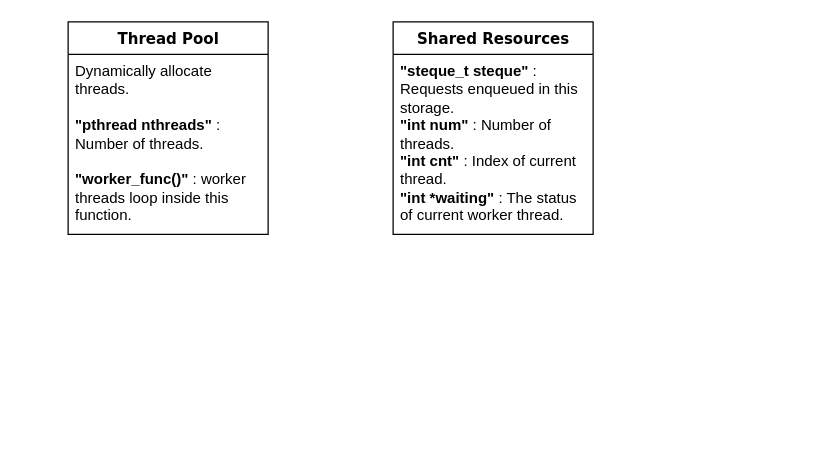
Earlier version of the draw.io diagram multi-client.drawio (kimilg/drawings). Source tidied: cells renumbered, new cells numbered last; positions are measured from the earlier drawing's top-left corner, leaving out a move shared by most shapes. Both pictures are drawn from the tidied source at 125%, with x=0, y=0 at pixel (68, 21).
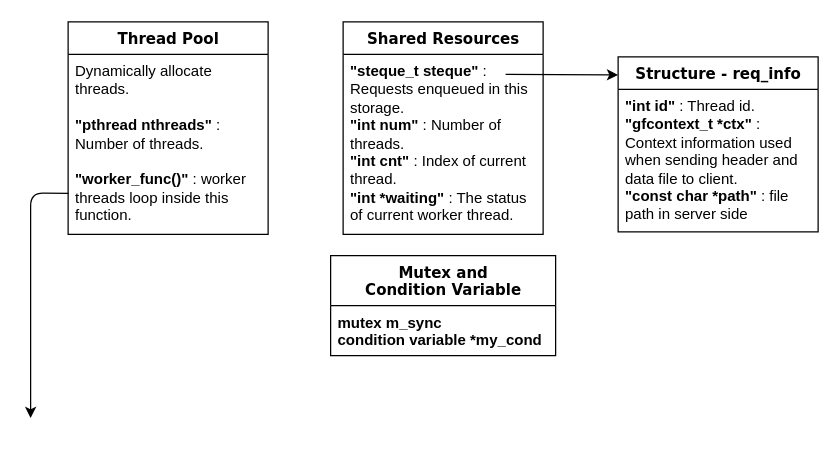
Above is the later version.

Change to the diagram source:
```diff
@@
 <mxGraphModel background="#ffffff">
   <root>
     <mxCell id="0" />
     <mxCell id="1" parent="0" />
     <mxCell id="2" value="Thread Pool" style="swimlane;html=1;fontStyle=1;align=center;verticalAlign=top;horizontal=1;startSize=26;swimlaneFillColor=#ffffff;rounded=0;shadow=0;comic=0;labelBackgroundColor=none;strokeWidth=1;fillColor=none;fontFamily=Verdana;fontSize=12;" parent="1" vertex="1">
       <mxGeometry width="160" height="170" as="geometry" />
     </mxCell>
     <mxCell id="3" value="Dynamically allocate threads.&lt;br&gt;&lt;br&gt;&lt;b&gt;&quot;pthread nthreads&quot;&lt;/b&gt; : Number of threads.&lt;br&gt;&lt;br&gt;&lt;b&gt;&quot;worker_func()&quot;&lt;/b&gt; : worker threads loop inside this function." style="text;html=1;strokeColor=none;fillColor=none;align=left;verticalAlign=top;spacingLeft=4;spacingRight=4;whiteSpace=wrap;overflow=hidden;points=[[0,0.5],[1,0.5]];portConstraint=eastwest;" parent="2" vertex="1">
       <mxGeometry y="26" width="160" height="144" as="geometry" />
     </mxCell>
     <mxCell id="4" value="Shared Resources" style="swimlane;html=1;fontStyle=1;align=center;verticalAlign=top;horizontal=1;startSize=26;swimlaneFillColor=#ffffff;rounded=0;shadow=0;comic=0;labelBackgroundColor=none;strokeWidth=1;fillColor=none;fontFamily=Verdana;fontSize=12;" parent="1" vertex="1">
-      <mxGeometry x="260" width="160" height="170" as="geometry" />
+      <mxGeometry x="220" width="160" height="170" as="geometry" />
     </mxCell>
+    <mxCell id="6" style="endArrow=classic;html=1;entryX=0;entryY=0.103;entryDx=0;entryDy=0;entryPerimeter=0;" parent="4" edge="1" target="9">
+      <mxGeometry relative="1" as="geometry">
+        <mxPoint x="130" y="42" as="sourcePoint" />
+      </mxGeometry>
+    </mxCell>
     <mxCell id="5" value="&lt;b&gt;&quot;steque_t steque&quot; &lt;/b&gt;: Requests enqueued in this storage.&lt;br&gt;&lt;b&gt;&quot;int num&quot;&lt;/b&gt; : Number of threads.&lt;br&gt;&lt;b&gt;&quot;int cnt&quot;&lt;/b&gt; : Index of current thread.&lt;br&gt;&lt;b&gt;&quot;int *waiting&quot;&lt;/b&gt; : The status of current worker thread.&lt;br&gt;" style="text;html=1;strokeColor=none;fillColor=none;align=left;verticalAlign=top;spacingLeft=4;spacingRight=4;whiteSpace=wrap;overflow=hidden;" parent="4" vertex="1">
       <mxGeometry y="26" width="160" height="144" as="geometry" />
     </mxCell>
+    <mxCell id="7" value="Mutex and &lt;br&gt;Condition Variable" style="swimlane;html=1;fontStyle=1;align=center;verticalAlign=top;horizontal=1;startSize=40;swimlaneFillColor=#ffffff;rounded=0;shadow=0;comic=0;labelBackgroundColor=none;strokeWidth=1;fillColor=none;fontFamily=Verdana;fontSize=12;" parent="1" vertex="1">
+      <mxGeometry x="210" y="187" width="180" height="80" as="geometry" />
+    </mxCell>
+    <mxCell id="8" value="&lt;b&gt;mutex m_sync&lt;br&gt;condition variable *my_cond&lt;br&gt;&lt;/b&gt;" style="text;html=1;strokeColor=none;fillColor=none;align=left;verticalAlign=top;spacingLeft=4;spacingRight=4;whiteSpace=wrap;overflow=hidden;" parent="7" vertex="1">
+      <mxGeometry y="40" width="180" height="40" as="geometry" />
+    </mxCell>
+    <mxCell id="9" value="Structure - req_info" style="swimlane;html=1;fontStyle=1;align=center;verticalAlign=top;horizontal=1;startSize=26;swimlaneFillColor=#ffffff;rounded=0;shadow=0;comic=0;labelBackgroundColor=none;strokeWidth=1;fillColor=none;fontFamily=Verdana;fontSize=12;" parent="1" vertex="1">
+      <mxGeometry x="440" y="28" width="160" height="140" as="geometry" />
+    </mxCell>
+    <mxCell id="10" value="&lt;b&gt;&quot;int id&quot;&lt;/b&gt; : Thread id.&lt;br&gt;&lt;b&gt;&quot;gfcontext_t *ctx&quot;&lt;/b&gt;&amp;nbsp;: Context information used when sending header and data file to client.&lt;br&gt;&lt;b&gt;&quot;const char *path&quot;&lt;/b&gt; : file path in server side" style="text;html=1;strokeColor=none;fillColor=none;align=left;verticalAlign=top;spacingLeft=4;spacingRight=4;whiteSpace=wrap;overflow=hidden;" parent="9" vertex="1">
+      <mxGeometry y="26" width="160" height="114" as="geometry" />
+    </mxCell>
+    <mxCell id="11" style="endArrow=classic;html=1;exitX=0.002;exitY=0.772;exitDx=0;exitDy=0;exitPerimeter=0;" parent="1" edge="1" source="3">
+      <mxGeometry relative="1" as="geometry">
+        <mxPoint x="-30" y="317" as="targetPoint" />
+        <Array as="points">
+          <mxPoint x="-30" y="137" />
+        </Array>
+      </mxGeometry>
+    </mxCell>
   </root>
 </mxGraphModel>
```
